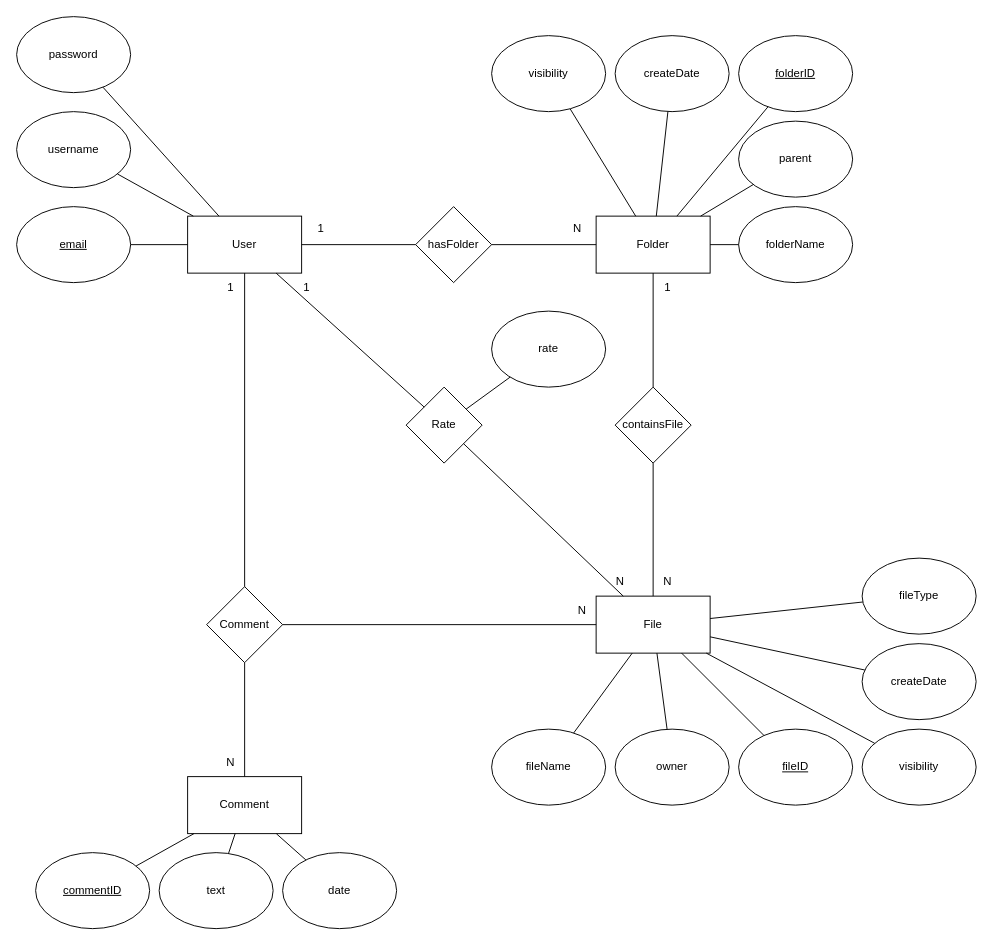
This is diagramok/EK-diagram.drawio from HedSut/2024-adatb-projekt-drive, a draw.io file, before an edit. Source tidied: cells renumbered, new cells numbered last; positions are measured from the earlier drawing's top-left corner, leaving out a move shared by most shapes. Both pictures are drawn from the tidied source at 95%, with x=0, y=0 at pixel (16, 16).
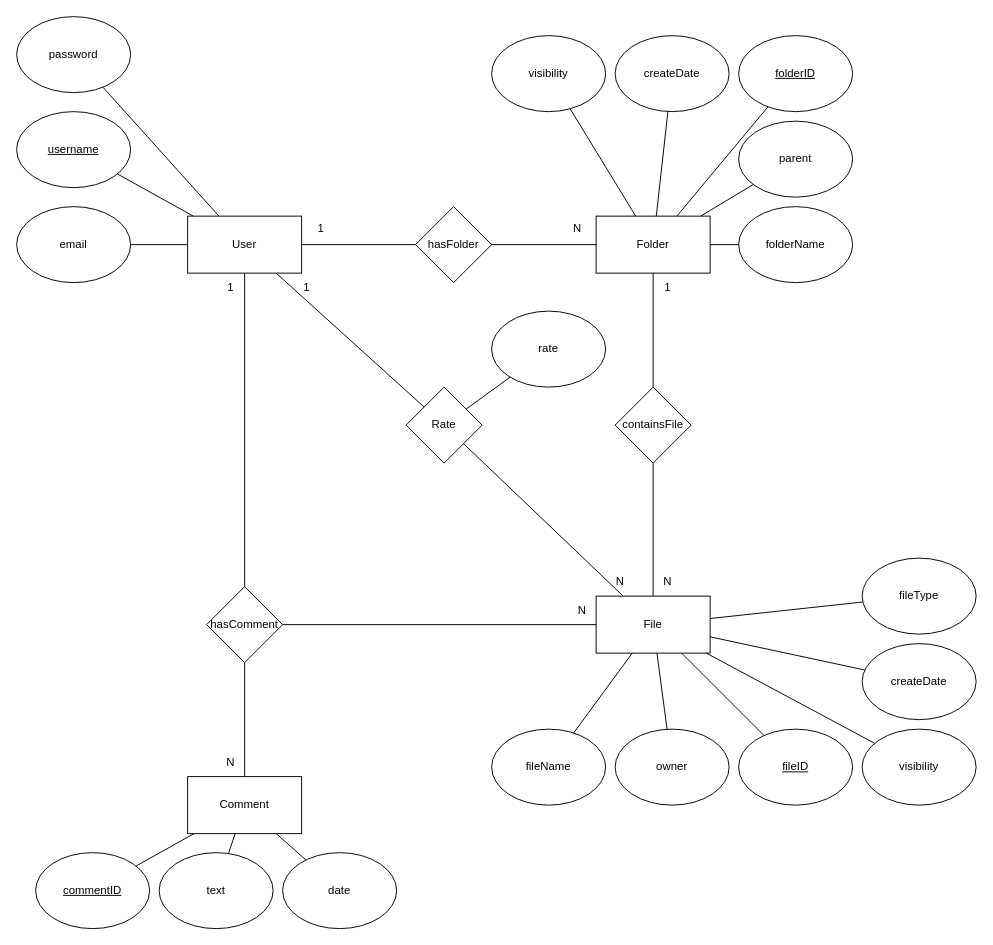
The same page after the edit.

Change to the diagram source:
```diff
@@
-    <mxCell id="6" value="&lt;u&gt;email&lt;/u&gt;" style="ellipse;whiteSpace=wrap;html=1;" parent="1" vertex="1">
+    <mxCell id="6" value="email" style="ellipse;whiteSpace=wrap;html=1;" parent="1" vertex="1">
       <mxGeometry y="200" width="120" height="80" as="geometry" />
     </mxCell>
-    <mxCell id="7" value="username" style="ellipse;whiteSpace=wrap;html=1;" parent="1" vertex="1">
+    <mxCell id="7" value="&lt;u&gt;username&lt;/u&gt;" style="ellipse;whiteSpace=wrap;html=1;" parent="1" vertex="1">
       <mxGeometry y="100" width="120" height="80" as="geometry" />
     </mxCell>
@@
-    <mxCell id="22" value="Comment" style="rhombus;whiteSpace=wrap;html=1;" parent="1" vertex="1">
+    <mxCell id="22" value="hasComment" style="rhombus;whiteSpace=wrap;html=1;" parent="1" vertex="1">
       <mxGeometry x="200" y="600" width="80" height="80" as="geometry" />
     </mxCell>
```
